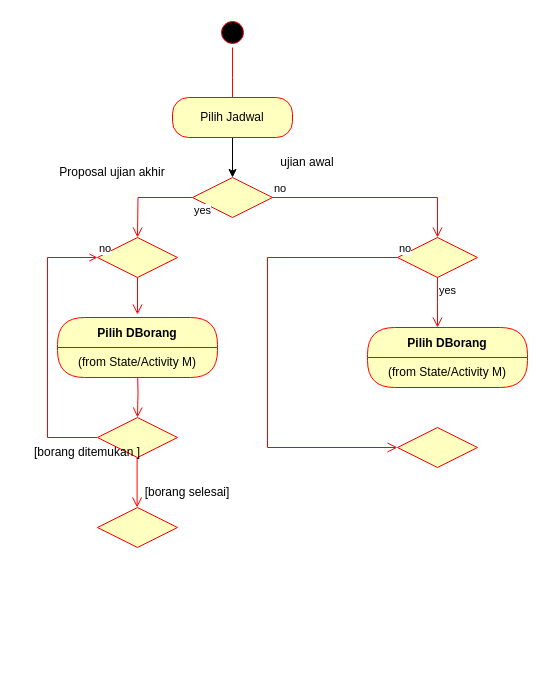
Above: Pert 12/Activity-2-12.drawio in mahesri/uml_ads_sms3 (draw.io), before the change. Source tidied: cells renumbered, new cells numbered last; positions are measured from the earlier drawing's top-left corner, leaving out a move shared by most shapes. Both pictures are drawn from the tidied source at 100%, with x=0, y=0 at pixel (17, 17).
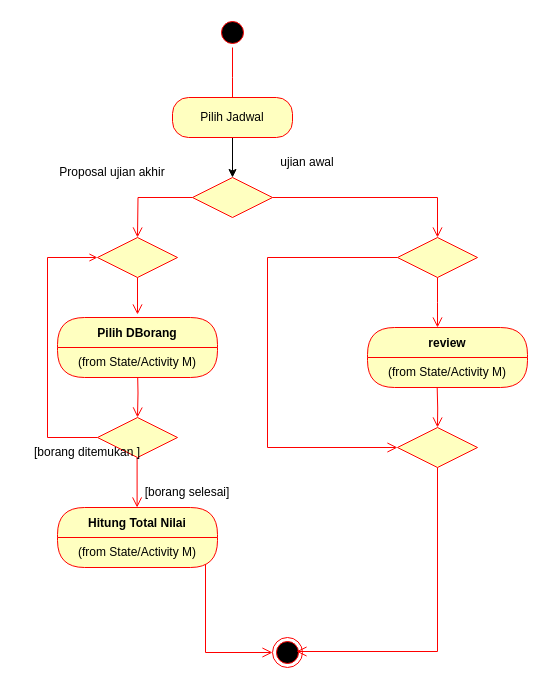
After the change.

The change refers to these unchanged cells:
```xml
<mxCell id="6" style="rhombus;whiteSpace=wrap;html=1;fontColor=#000000;fillColor=#ffffc0;strokeColor=#ff0000;" parent="1" vertex="1">
  <mxGeometry x="175" y="160" width="80" height="40" as="geometry" />
</mxCell>
<mxCell id="11" style="rhombus;whiteSpace=wrap;html=1;fontColor=#000000;fillColor=#ffffc0;strokeColor=#ff0000;" parent="1" vertex="1">
  <mxGeometry x="80" y="220" width="80" height="40" as="geometry" />
</mxCell>
<mxCell id="14" style="rhombus;whiteSpace=wrap;html=1;fontColor=#000000;fillColor=#ffffc0;strokeColor=#ff0000;" parent="1" vertex="1">
  <mxGeometry x="380" y="220" width="80" height="40" as="geometry" />
</mxCell>
<mxCell id="18" style="rhombus;whiteSpace=wrap;html=1;fontColor=#000000;fillColor=#ffffc0;strokeColor=#ff0000;" parent="1" vertex="1">
  <mxGeometry x="80" y="400" width="80" height="40" as="geometry" />
</mxCell>
<mxCell id="27" style="rhombus;whiteSpace=wrap;html=1;fontColor=#000000;fillColor=#ffffc0;strokeColor=#ff0000;" parent="1" vertex="1">
  <mxGeometry x="380" y="410" width="80" height="40" as="geometry" />
</mxCell>
```

What changed in the source:
```diff
@@
-    <mxCell id="7" value="no" style="edgeStyle=orthogonalEdgeStyle;html=1;align=left;verticalAlign=bottom;endArrow=open;endSize=8;strokeColor=#ff0000;rounded=0;entryX=0.5;entryY=0;entryDx=0;entryDy=0;" parent="1" edge="1" source="6" target="14">
+    <mxCell id="7" style="edgeStyle=orthogonalEdgeStyle;html=1;align=left;verticalAlign=bottom;endArrow=open;endSize=8;strokeColor=#ff0000;rounded=0;entryX=0.5;entryY=0;entryDx=0;entryDy=0;" parent="1" edge="1" source="6" target="14">
       <mxGeometry x="-1" relative="1" as="geometry" />
     </mxCell>
-    <mxCell id="8" value="yes" style="edgeStyle=orthogonalEdgeStyle;html=1;align=left;verticalAlign=top;endArrow=open;endSize=8;strokeColor=#ff0000;rounded=0;" parent="1" edge="1" source="6">
+    <mxCell id="8" style="edgeStyle=orthogonalEdgeStyle;html=1;align=left;verticalAlign=top;endArrow=open;endSize=8;strokeColor=#ff0000;rounded=0;" parent="1" edge="1" source="6">
       <mxGeometry x="-1" relative="1" as="geometry">
         <mxPoint x="120" y="220" as="targetPoint" />
       </mxGeometry>
     </mxCell>
@@
-    <mxCell id="12" value="no" style="edgeStyle=orthogonalEdgeStyle;html=1;align=left;verticalAlign=bottom;endArrow=none;endSize=8;strokeColor=#ff0000;rounded=0;entryX=0;entryY=0.5;entryDx=0;entryDy=0;startArrow=open;startFill=0;endFill=0;" parent="1" edge="1" source="11" target="18">
+    <mxCell id="12" style="edgeStyle=orthogonalEdgeStyle;html=1;align=left;verticalAlign=bottom;endArrow=none;endSize=8;strokeColor=#ff0000;rounded=0;entryX=0;entryY=0.5;entryDx=0;entryDy=0;startArrow=open;startFill=0;endFill=0;" parent="1" edge="1" source="11" target="18">
       <mxGeometry x="-1" relative="1" as="geometry">
         <Array as="points">
           <mxPoint x="30" y="240" />
           <mxPoint x="30" y="420" />
         </Array>
       </mxGeometry>
     </mxCell>
@@
-    <mxCell id="15" value="no" style="edgeStyle=orthogonalEdgeStyle;html=1;align=left;verticalAlign=bottom;endArrow=open;endSize=8;strokeColor=#ff0000;rounded=0;entryX=0;entryY=0.5;entryDx=0;entryDy=0;" parent="1" edge="1" source="14" target="27">
+    <mxCell id="15" style="edgeStyle=orthogonalEdgeStyle;html=1;align=left;verticalAlign=bottom;endArrow=open;endSize=8;strokeColor=#ff0000;rounded=0;entryX=0;entryY=0.5;entryDx=0;entryDy=0;" parent="1" edge="1" source="14" target="27">
       <mxGeometry x="-1" relative="1" as="geometry">
         <Array as="points">
           <mxPoint x="250" y="240" />
           <mxPoint x="250" y="430" />
         </Array>
       </mxGeometry>
     </mxCell>
-    <mxCell id="16" value="yes" style="edgeStyle=orthogonalEdgeStyle;html=1;align=left;verticalAlign=top;endArrow=open;endSize=8;strokeColor=#ff0000;rounded=0;" parent="1" edge="1" source="14">
+    <mxCell id="16" style="edgeStyle=orthogonalEdgeStyle;html=1;align=left;verticalAlign=top;endArrow=open;endSize=8;strokeColor=#ff0000;rounded=0;" parent="1" edge="1" source="14">
       <mxGeometry x="-1" relative="1" as="geometry">
         <mxPoint x="420" y="310" as="targetPoint" />
       </mxGeometry>
     </mxCell>
@@
-    <mxCell id="22" style="rhombus;whiteSpace=wrap;html=1;fontColor=#000000;fillColor=#ffffc0;strokeColor=#ff0000;" parent="1" vertex="1">
-      <mxGeometry x="80" y="490" width="80" height="40" as="geometry" />
-    </mxCell>
@@
-    <mxCell id="25" value="Pilih DBorang" style="swimlane;fontStyle=1;align=center;verticalAlign=middle;horizontal=1;startSize=30;fontColor=#000000;rounded=1;arcSize=30;strokeColor=#ff0000;fillColor=#ffffc0;swimlaneFillColor=#ffffc0;" parent="1" vertex="1">
+    <mxCell id="25" value="review" style="swimlane;fontStyle=1;align=center;verticalAlign=middle;horizontal=1;startSize=30;fontColor=#000000;rounded=1;arcSize=30;strokeColor=#ff0000;fillColor=#ffffc0;swimlaneFillColor=#ffffc0;" parent="1" vertex="1">
       <mxGeometry x="350" y="310" width="160" height="60" as="geometry" />
     </mxCell>
@@
+    <mxCell id="28" style="edgeStyle=orthogonalEdgeStyle;html=1;align=left;verticalAlign=top;endArrow=open;endSize=8;strokeColor=#ff0000;rounded=0;" parent="1" edge="1">
+      <mxGeometry x="-1" relative="1" as="geometry">
+        <mxPoint x="419.7" y="370" as="sourcePoint" />
+        <mxPoint x="420" y="410" as="targetPoint" />
+      </mxGeometry>
+    </mxCell>
+    <mxCell id="29" style="edgeStyle=orthogonalEdgeStyle;html=1;verticalAlign=bottom;endArrow=open;endSize=8;strokeColor=#ff0000;rounded=0;entryX=0;entryY=0.5;entryDx=0;entryDy=0;" parent="1" edge="1" target="32">
+      <mxGeometry relative="1" as="geometry">
+        <mxPoint x="120" y="530" as="sourcePoint" />
+        <Array as="points">
+          <mxPoint x="120" y="531" />
+          <mxPoint x="188" y="531" />
+          <mxPoint x="188" y="635" />
+        </Array>
+      </mxGeometry>
+    </mxCell>
+    <mxCell id="30" value="Hitung Total Nilai" style="swimlane;fontStyle=1;align=center;verticalAlign=middle;horizontal=1;startSize=30;fontColor=#000000;rounded=1;arcSize=30;strokeColor=#ff0000;fillColor=#ffffc0;swimlaneFillColor=#ffffc0;" parent="1" vertex="1">
+      <mxGeometry x="40" y="490" width="160" height="60" as="geometry" />
+    </mxCell>
+    <mxCell id="31" value="(from State/Activity M)" style="text;html=1;strokeColor=none;fillColor=none;align=center;verticalAlign=middle;spacingLeft=4;spacingRight=4;whiteSpace=wrap;overflow=hidden;fontColor=#000000;" parent="30" vertex="1">
+      <mxGeometry y="30" width="160" height="30" as="geometry" />
+    </mxCell>
+    <mxCell id="32" style="ellipse;html=1;shape=endState;fillColor=#000000;strokeColor=#ff0000;" parent="1" vertex="1">
+      <mxGeometry x="255" y="620" width="30" height="30" as="geometry" />
+    </mxCell>
+    <mxCell id="33" style="edgeStyle=orthogonalEdgeStyle;html=1;align=left;verticalAlign=top;endArrow=open;endSize=8;strokeColor=#ff0000;rounded=0;entryX=0.8;entryY=0.467;entryDx=0;entryDy=0;entryPerimeter=0;exitX=0.5;exitY=1;exitDx=0;exitDy=0;" parent="1" edge="1" source="27" target="32">
+      <mxGeometry x="-1" relative="1" as="geometry">
+        <Array as="points">
+          <mxPoint x="420" y="634" />
+        </Array>
+      </mxGeometry>
+    </mxCell>
```
